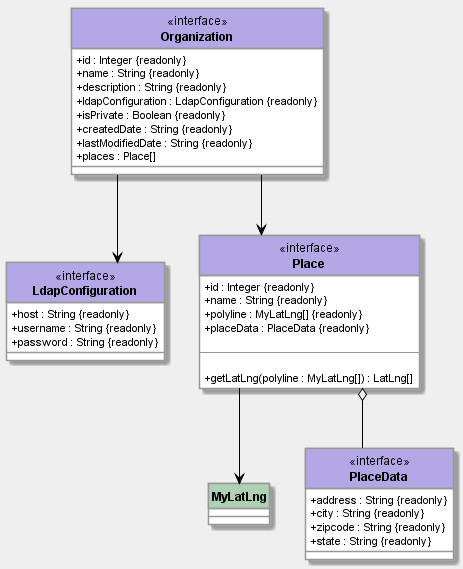
This is esterni/manuale-manutentore/components/architettura/img/webapp-organization.png from GruppOne/project-docs, a PlantUML export, as it was before one commit.
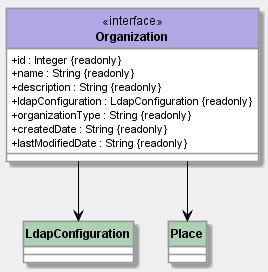
The same file after the commit.

The edit, as a diff of the source:
```diff
@@ -1,91 +1,13 @@
 @startuml Organization Diagram
-
-hide circle
-
-skinparam {
-  ArrowColor #000
-  BackgroundColor #efefef
-  DefaultFontName Roboto
-  Linetype ortho
-  NoteFontName Roboto
-  SequenceLifeLineBackgroundColor #989898
-  SequenceLifeLineBorderColor #000
-  SequenceMessageAlignment center
-  SequenceTitleFontColor #000
-  ParticipantPadding 10
-  ResponseMessageBelowArrow true
-  classAttributeIconSize 0
-  TitleFontSize 20
-  TitleBorderColor #989898
-  TitleBackgroundColor #fff
-
-  Class {
-    BackgroundColor #fff
-    BorderColor #989898
-    FontStyle bold
-    HeaderBackgroundColor #add1b2
-    StereotypeFontStyle normal
-  }
-
-  Class<<interface>> {
-    HeaderBackgroundColor #b4a7e5
-  }
-
-  Class<<enumeration>> {
-    HeaderBackgroundColor #eb937f
-  }
-
-  Package {
-    BackgroundColor #c3c3c3
-    BorderColor #989898
-  }
-
-  Note {
-    BackgroundColor #fdfd96
-    BorderColor #ffd400
-  }
-
-  Participant {
-    BackgroundColor #fff
-    BorderColor #989898
-    FontStyle bold
-  }
-}
-class LdapConfiguration <<interface>> {
-  + host : String {readonly}
-  + username : String {readonly}
-  + password : String {readonly}
-}
-class Place <<interface>> {
-  + id : Integer {readonly}
-  + name : String {readonly}
-  + polyline : MyLatLng[] {readonly}
-  + placeData : PlaceData {readonly}
-
-  --
-
-  + getLatLng(polyline : MyLatLng[]) : LatLng[]
-}
-
-Place --> MyLatLng
-Place o-- PlaceData
-
-class PlaceData <<interface>> {
-  + address : String {readonly}
-  + city : String {readonly}
-  + zipcode : String {readonly}
-  + state : String {readonly}
-}
-
+!include ../../../style/class.pu
 class Organization <<interface>> {
   + id : Integer {readonly}
   + name : String {readonly}
   + description : String {readonly}
   + ldapConfiguration : LdapConfiguration {readonly}
-  + isPrivate : Boolean {readonly}
+  + organizationType : String {readonly}
   + createdDate : String {readonly}
   + lastModifiedDate : String {readonly}
-  + places : Place[]
 }
 
 Organization --> LdapConfiguration
```
